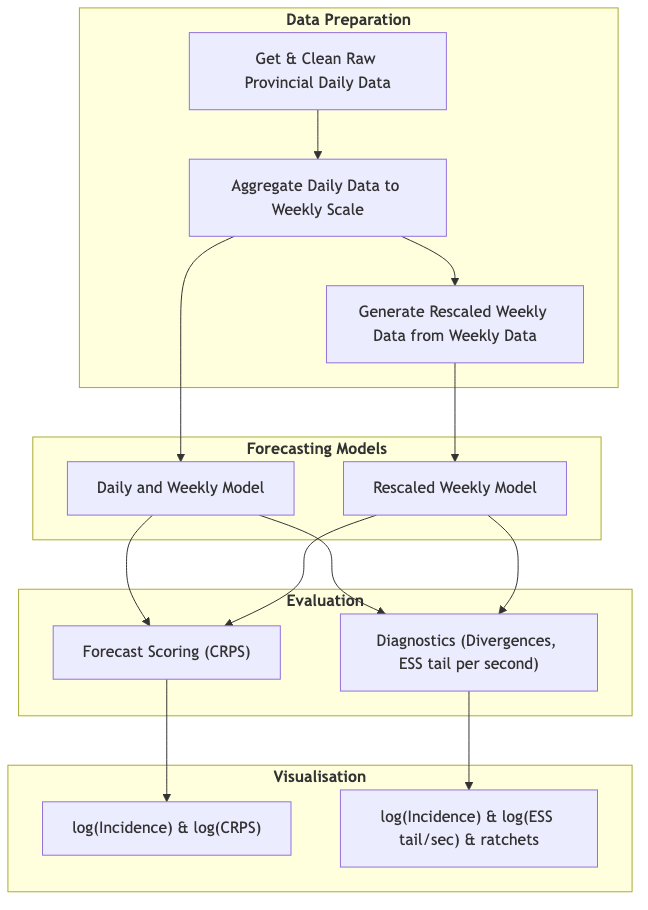
The Mermaid diagram paper/analysis_pipeline.png in epiforecasts/daily-vs-weekly-forecast-eval, before a commit. Its source is kept beside it as paper/analysis_pipeline.mermaid.
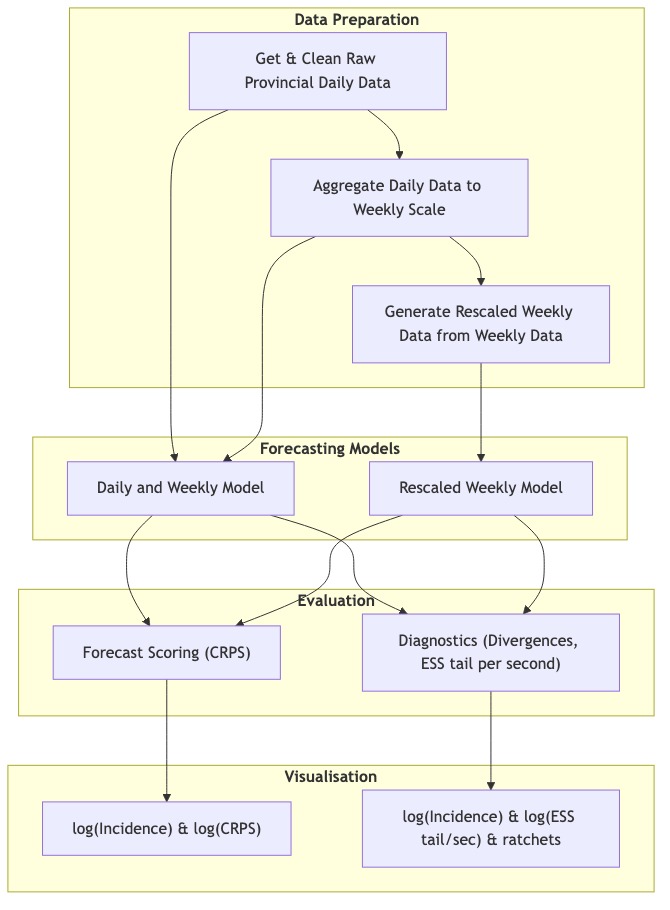
After the commit.

Commit message:
Fix pipeline schematic

Diff of the diagram source:
```diff
@@ -10,6 +10,7 @@
     end
 
     subgraph Modeling [**Forecasting Models**]
+        A --> D[Daily and Weekly Model]
         B --> D[Daily and Weekly Model]
         C --> E[Rescaled Weekly Model]
     end
```
